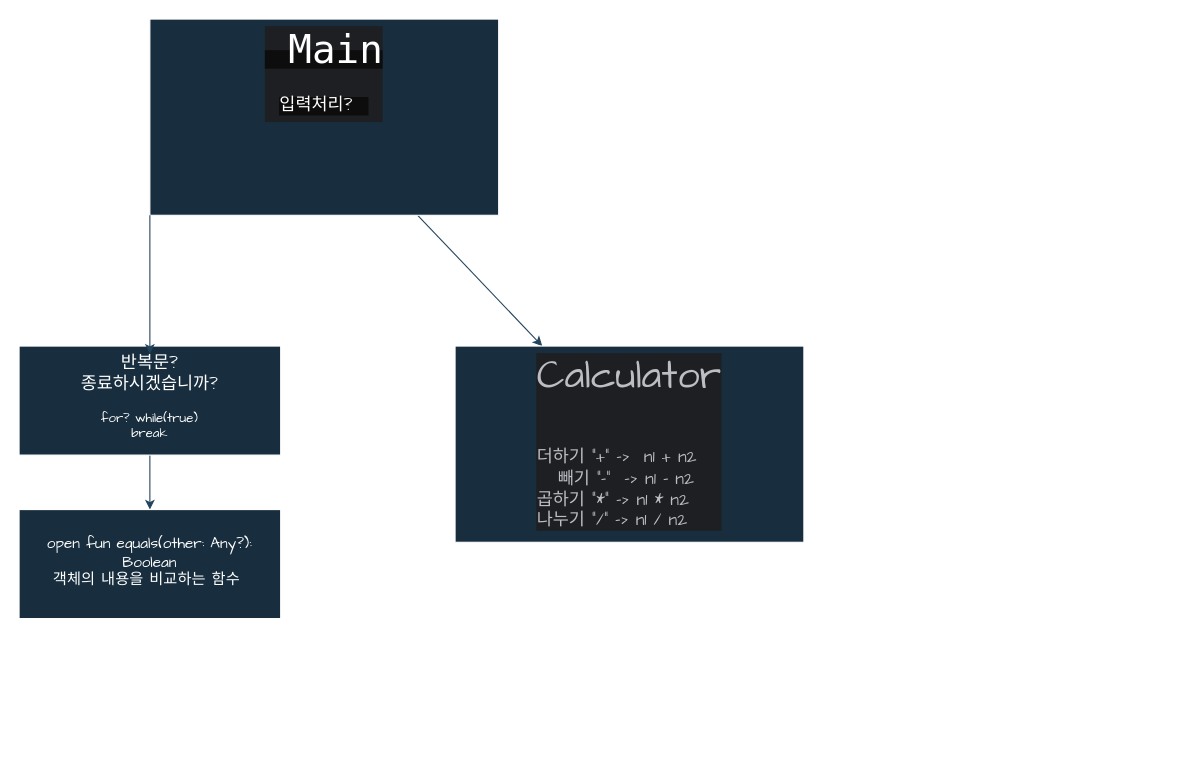
DanDanjoo/Kotlin-Git keeps this draw.io diagram as 제목 없는 다이어그램.drawio. Above is the earlier version. Source tidied: cells renumbered, new cells numbered last; positions are measured from the earlier drawing's top-left corner, leaving out a move shared by most shapes. Both pictures are drawn from the tidied source at 109%, with x=0, y=0 at pixel (19, 19).
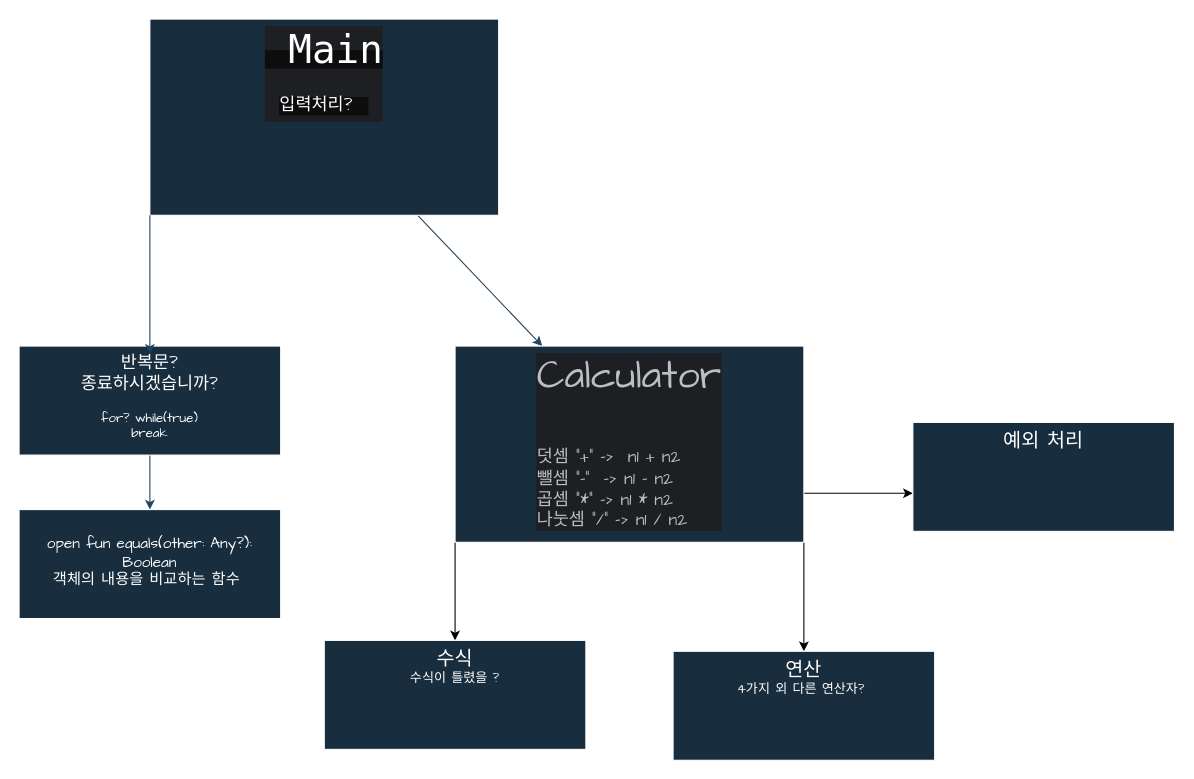
After the change.

Change to the diagram source:
```diff
@@
 <mxGraphModel>
   <root>
     <mxCell id="0" />
     <mxCell id="1" parent="0" />
     <mxCell id="2" style="edgeStyle=none;rounded=0;jettySize=auto;html=1;entryX=0.25;entryY=0;entryDx=0;entryDy=0;strokeColor=#23445D;" parent="1" edge="1" source="3" target="4">
       <mxGeometry relative="1" as="geometry" />
     </mxCell>
     <mxCell id="3" value="&lt;div style=&quot;background-color:#1e1f22;color:#bcbec4&quot;&gt;&lt;div style=&quot;&quot;&gt;&lt;span style=&quot;color: rgb(255, 255, 255); text-align: left; white-space: pre; background-color: rgb(13, 13, 13);&quot;&gt;&lt;font style=&quot;font-size: 36px;&quot;&gt;&lt;font face=&quot;Söhne Mono, Monaco, Andale Mono, Ubuntu Mono, monospace&quot;&gt; Main&lt;/font&gt;&lt;/font&gt;&lt;/span&gt;&lt;/div&gt;&lt;div style=&quot;&quot;&gt;&lt;span style=&quot;color: rgb(255, 255, 255); text-align: left; white-space: pre; background-color: rgb(13, 13, 13);&quot;&gt;&lt;font style=&quot;&quot;&gt;&lt;font style=&quot;&quot; face=&quot;Comic Sans MS&quot;&gt;&lt;font size=&quot;3&quot;&gt;입력처리?&lt;/font&gt;&lt;span style=&quot;font-size: 36px;&quot;&gt; &lt;/span&gt;&lt;/font&gt;&lt;/font&gt;&lt;/span&gt;&lt;br&gt;&lt;/div&gt;&lt;/div&gt;" style="whiteSpace=wrap;html=1;fillColor=#182E3E;strokeColor=#FFFFFF;align=center;labelBackgroundColor=none;fontColor=#FFFFFF;fontFamily=Comic Sans MS;verticalAlign=top;strokeWidth=1;" parent="1" vertex="1">
       <mxGeometry x="120" width="320" height="180" as="geometry" />
     </mxCell>
+    <mxCell id="11" style="edgeStyle=orthogonalEdgeStyle;rounded=0;jettySize=auto;html=1;exitX=0;exitY=1;exitDx=0;exitDy=0;" parent="1" edge="1" source="4">
+      <mxGeometry relative="1" as="geometry">
+        <mxPoint x="400" y="570" as="targetPoint" />
+      </mxGeometry>
+    </mxCell>
+    <mxCell id="12" style="edgeStyle=orthogonalEdgeStyle;rounded=0;jettySize=auto;html=1;exitX=1;exitY=0.75;exitDx=0;exitDy=0;" parent="1" edge="1" source="4">
+      <mxGeometry relative="1" as="geometry">
+        <mxPoint x="820" y="435" as="targetPoint" />
+      </mxGeometry>
+    </mxCell>
+    <mxCell id="13" style="edgeStyle=orthogonalEdgeStyle;rounded=0;jettySize=auto;html=1;exitX=1;exitY=1;exitDx=0;exitDy=0;" parent="1" edge="1" source="4" target="15">
+      <mxGeometry relative="1" as="geometry" />
+    </mxCell>
-    <mxCell id="4" value="&lt;div style=&quot;background-color:#1e1f22;color:#bcbec4&quot;&gt;&lt;div style=&quot;&quot;&gt;&lt;font style=&quot;font-size: 36px;&quot;&gt;Calculator&lt;/font&gt;&lt;/div&gt;&lt;div style=&quot;&quot;&gt;&lt;font style=&quot;font-size: 36px;&quot;&gt;&lt;br&gt;&lt;/font&gt;&lt;/div&gt;&lt;div style=&quot;text-align: left;&quot;&gt;&lt;font size=&quot;3&quot;&gt;더하기 &quot;+&quot; -&amp;gt;&amp;nbsp; n1 + n2&lt;/font&gt;&lt;/div&gt;&lt;div style=&quot;text-align: left;&quot;&gt;&lt;font size=&quot;3&quot;&gt;&amp;nbsp; &amp;nbsp;빼기 &quot;-&quot;&amp;nbsp; -&amp;gt; n1 - n2&lt;/font&gt;&lt;/div&gt;&lt;div style=&quot;text-align: left;&quot;&gt;&lt;font size=&quot;3&quot;&gt;곱하기 &quot;*&quot; -&amp;gt; n1 * n2&lt;/font&gt;&lt;/div&gt;&lt;div style=&quot;text-align: left;&quot;&gt;&lt;font size=&quot;3&quot;&gt;나누기 &quot;/&quot; -&amp;gt; n1 / n2&lt;/font&gt;&lt;/div&gt;&lt;/div&gt;" style="whiteSpace=wrap;html=1;fillColor=#182E3E;strokeColor=#FFFFFF;align=center;labelBackgroundColor=none;fontColor=#FFFFFF;fontFamily=Comic Sans MS;verticalAlign=top;strokeWidth=1;" parent="1" vertex="1">
+    <mxCell id="4" value="&lt;div style=&quot;background-color:#1e1f22;color:#bcbec4&quot;&gt;&lt;div style=&quot;&quot;&gt;&lt;font style=&quot;font-size: 36px;&quot;&gt;Calculator&lt;/font&gt;&lt;/div&gt;&lt;div style=&quot;&quot;&gt;&lt;font style=&quot;font-size: 36px;&quot;&gt;&lt;br&gt;&lt;/font&gt;&lt;/div&gt;&lt;div style=&quot;text-align: left;&quot;&gt;&lt;font size=&quot;3&quot;&gt;덧셈 &quot;+&quot; -&amp;gt;&amp;nbsp; n1 + n2&lt;/font&gt;&lt;/div&gt;&lt;div style=&quot;text-align: left;&quot;&gt;&lt;font size=&quot;3&quot;&gt;뺄셈 &quot;-&quot;&amp;nbsp; -&amp;gt; n1 - n2&lt;/font&gt;&lt;/div&gt;&lt;div style=&quot;text-align: left;&quot;&gt;&lt;font size=&quot;3&quot;&gt;곱셈 &quot;*&quot; -&amp;gt; n1 * n2&lt;/font&gt;&lt;/div&gt;&lt;div style=&quot;text-align: left;&quot;&gt;&lt;font size=&quot;3&quot;&gt;나눗셈 &quot;/&quot; -&amp;gt; n1 / n2&lt;/font&gt;&lt;/div&gt;&lt;/div&gt;" style="whiteSpace=wrap;html=1;fillColor=#182E3E;strokeColor=#FFFFFF;align=center;labelBackgroundColor=none;fontColor=#FFFFFF;fontFamily=Comic Sans MS;verticalAlign=top;strokeWidth=1;" parent="1" vertex="1">
       <mxGeometry x="400" y="300" width="320" height="180" as="geometry" />
     </mxCell>
     <mxCell id="5" style="edgeStyle=none;rounded=0;jettySize=auto;html=1;exitX=0.5;exitY=1;exitDx=0;exitDy=0;entryX=0.5;entryY=0;entryDx=0;entryDy=0;strokeColor=#23445D;fontFamily=Comic Sans MS;" parent="1" edge="1" source="6" target="7">
       <mxGeometry relative="1" as="geometry" />
     </mxCell>
     <mxCell id="6" value="&lt;div&gt;&lt;span style=&quot;font-size: medium; background-color: initial;&quot;&gt;반복문?&lt;/span&gt;&lt;br&gt;&lt;/div&gt;&lt;div&gt;&lt;font size=&quot;3&quot;&gt;종료하시겠습니까?&lt;/font&gt;&lt;/div&gt;&lt;div&gt;&lt;br&gt;&lt;/div&gt;&lt;div&gt;for? while(true)&lt;/div&gt;&lt;div&gt;&lt;span style=&quot;background-color: initial;&quot;&gt;break&lt;/span&gt;&lt;br&gt;&lt;/div&gt;" style="whiteSpace=wrap;html=1;fillColor=#182E3E;strokeColor=#FFFFFF;align=center;labelBackgroundColor=none;fontColor=#FFFFFF;fontFamily=Comic Sans MS;verticalAlign=top;strokeWidth=1;" parent="1" vertex="1">
       <mxGeometry y="300" width="240" height="100" as="geometry" />
     </mxCell>
     <mxCell id="7" value="&lt;div&gt;&lt;font style=&quot;font-size: 14px;&quot;&gt;&lt;br&gt;&lt;/font&gt;&lt;/div&gt;&lt;div&gt;&lt;font style=&quot;font-size: 14px;&quot;&gt;open fun equals(other: Any?): Boolean&lt;/font&gt;&lt;br&gt;&lt;/div&gt;&lt;div&gt;&lt;font style=&quot;font-size: 14px;&quot;&gt;객체의 내용을 비교하는 함수&amp;nbsp;&lt;/font&gt;&lt;/div&gt;" style="whiteSpace=wrap;html=1;fillColor=#182E3E;strokeColor=#FFFFFF;align=center;labelBackgroundColor=none;fontColor=#FFFFFF;fontFamily=Comic Sans MS;verticalAlign=top;strokeWidth=1;" parent="1" vertex="1">
       <mxGeometry y="450" width="240" height="100" as="geometry" />
     </mxCell>
     <mxCell id="8" style="edgeStyle=none;rounded=0;orthogonalLoop=1;jettySize=auto;html=1;exitX=1;exitY=1;exitDx=0;exitDy=0;strokeColor=#23445D;fontFamily=Comic Sans MS;" parent="1" edge="1" source="7" target="7">
       <mxGeometry relative="1" as="geometry" />
     </mxCell>
     <mxCell id="9" style="edgeStyle=none;rounded=0;orthogonalLoop=1;jettySize=auto;html=1;exitX=0.5;exitY=1;exitDx=0;exitDy=0;strokeColor=#23445D;fontFamily=Comic Sans MS;" parent="1" edge="1" source="7" target="7">
       <mxGeometry relative="1" as="geometry" />
     </mxCell>
     <mxCell id="10" style="edgeStyle=none;rounded=0;jettySize=auto;html=1;exitX=0;exitY=1;exitDx=0;exitDy=0;entryX=0.5;entryY=0.071;entryDx=0;entryDy=0;entryPerimeter=0;strokeColor=#23445D;fontFamily=Comic Sans MS;" parent="1" edge="1" source="3" target="6">
       <mxGeometry relative="1" as="geometry" />
     </mxCell>
+    <mxCell id="14" value="&lt;font style=&quot;font-size: 18px;&quot;&gt;수식&lt;/font&gt;&lt;div&gt;&lt;font style=&quot;font-size: 12px;&quot;&gt;수식이 틀렸을 ?&lt;/font&gt;&lt;/div&gt;" style="whiteSpace=wrap;html=1;fillColor=#182E3E;strokeColor=#FFFFFF;align=center;labelBackgroundColor=none;fontColor=#FFFFFF;fontFamily=Comic Sans MS;verticalAlign=top;strokeWidth=1;" parent="1" vertex="1">
+      <mxGeometry x="280" y="570" width="240" height="100" as="geometry" />
+    </mxCell>
+    <mxCell id="15" value="&lt;div&gt;&lt;font style=&quot;font-size: 18px;&quot;&gt;연&lt;/font&gt;&lt;font style=&quot;font-size: 18px;&quot;&gt;산&lt;/font&gt;&lt;/div&gt;&lt;div&gt;&lt;font style=&quot;font-size: 12px;&quot;&gt;4가지 외 다른 연산자?&amp;nbsp;&lt;/font&gt;&lt;/div&gt;" style="whiteSpace=wrap;html=1;fillColor=#182E3E;strokeColor=#FFFFFF;align=center;labelBackgroundColor=none;fontColor=#FFFFFF;fontFamily=Comic Sans MS;verticalAlign=top;strokeWidth=1;" parent="1" vertex="1">
+      <mxGeometry x="600" y="580" width="240" height="100" as="geometry" />
+    </mxCell>
+    <mxCell id="16" value="&lt;font style=&quot;font-size: 18px;&quot;&gt;예외 처리&lt;/font&gt;" style="whiteSpace=wrap;html=1;fillColor=#182E3E;strokeColor=#FFFFFF;align=center;labelBackgroundColor=none;fontColor=#FFFFFF;fontFamily=Comic Sans MS;verticalAlign=top;strokeWidth=1;" parent="1" vertex="1">
+      <mxGeometry x="820" y="370" width="240" height="100" as="geometry" />
+    </mxCell>
   </root>
 </mxGraphModel>
```
